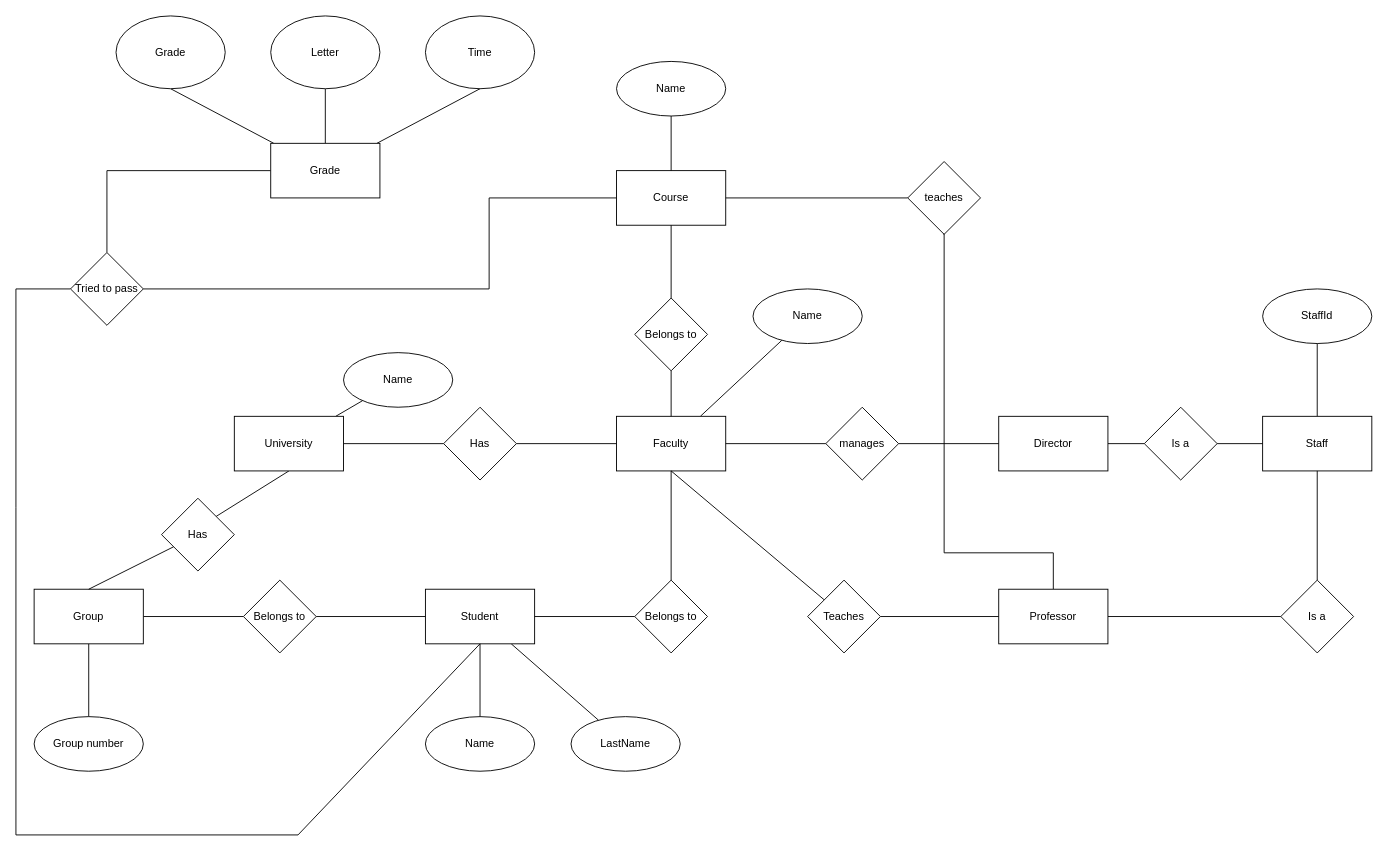
Earlier version of the draw.io diagram Chen notation.drawio (ilya-siluyanov/DrawIO). Source tidied: cells renumbered, new cells numbered last; positions are measured from the earlier drawing's top-left corner, leaving out a move shared by most shapes. Both pictures are drawn from the tidied source at 91%, with x=0, y=0 at pixel (15, 15).
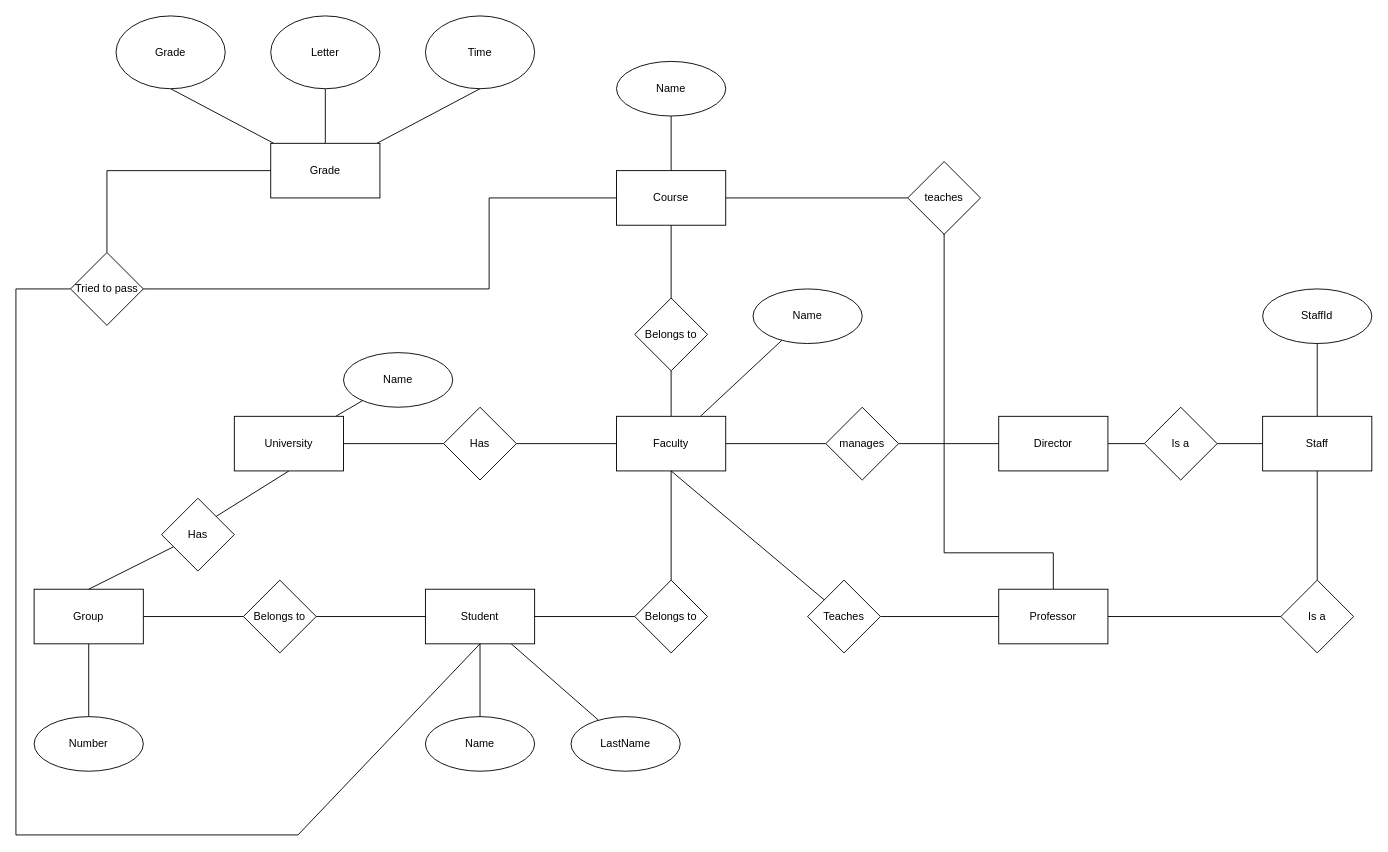
Above is the later version.

Change to the diagram source:
```diff
@@
-    <mxCell id="59" value="Group number" style="ellipse;whiteSpace=wrap;html=1;" parent="1" vertex="1">
+    <mxCell id="59" value="Number" style="ellipse;whiteSpace=wrap;html=1;" parent="1" vertex="1">
       <mxGeometry x="20" y="770" width="120" height="60" as="geometry" />
     </mxCell>
```
